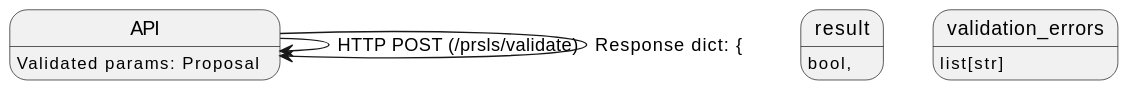
The PlantUML diagram docs/src/internal/diagrams/validate_proposal_api.svg in ska-telescope/ska-oso-services, before a commit.
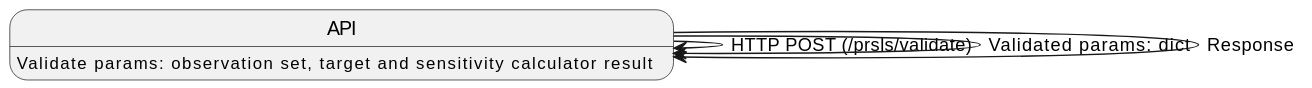
Above is the later version.

Diff of the diagram source:
```diff
@@ -1,8 +1,6 @@
 @startuml
-API: Validated params: Proposal
+API: Validate params: observation set, target and sensitivity calculator result
 API -> API: HTTP POST (/prsls/validate)
-API -> API: Response dict: {
-            "result": bool,
-            "validation_errors": list[str]
-        }
+API -> API: Validated params: dict
+API -> API: Response
 @enduml
```
